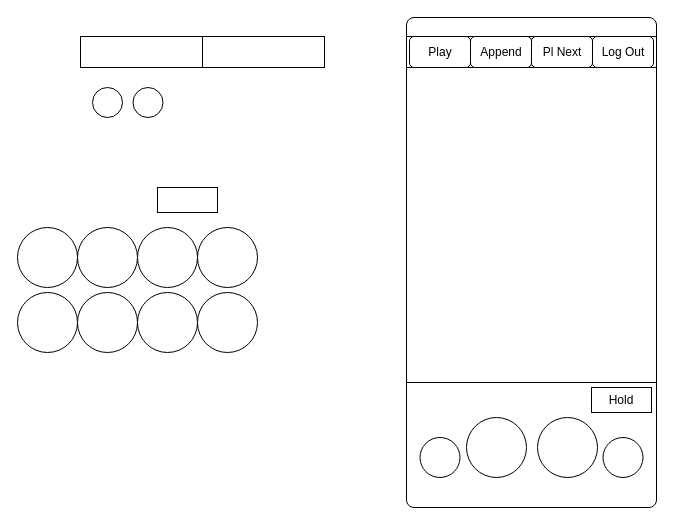
This is page "Media Scheduler" (3 of 5) of Music Flow.drawio from CorpDK/Drawing, a draw.io file, before an edit. Source tidied: cells renumbered, new cells numbered last; positions are measured from the earlier drawing's top-left corner, leaving out a move shared by most shapes. Both pictures are drawn from the tidied source at 100%, with x=0, y=0 at pixel (17, 17). Pictures stored in the file or linked from it are replaced by grey dashed boxes.
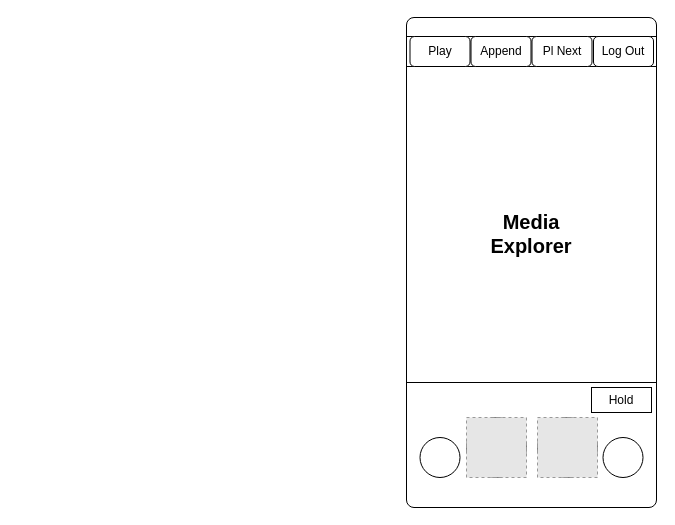
The same page after the edit.

The edit, as a diff of the source:
```diff
@@
     <mxCell id="4" style="rounded=0;whiteSpace=wrap;html=1;" parent="1" vertex="1">
-      <mxGeometry x="389" y="19" width="250" height="31" as="geometry" />
+      <mxGeometry x="389" y="19" width="250" height="30" as="geometry" />
     </mxCell>
-    <mxCell id="5" style="rounded=0;whiteSpace=wrap;html=1;" parent="1" vertex="1">
-      <mxGeometry x="63" y="19" width="122" height="31" as="geometry" />
-    </mxCell>
-    <mxCell id="6" style="rounded=0;whiteSpace=wrap;html=1;" parent="1" vertex="1">
-      <mxGeometry x="185" y="19" width="122" height="31" as="geometry" />
-    </mxCell>
@@
-    <mxCell id="8" style="whiteSpace=wrap;html=1;rounded=1;arcSize=50;" parent="1" vertex="1">
-      <mxGeometry y="210" width="60" height="60" as="geometry" />
-    </mxCell>
-    <mxCell id="9" style="whiteSpace=wrap;html=1;rounded=1;arcSize=50;" parent="1" vertex="1">
-      <mxGeometry x="60" y="210" width="60" height="60" as="geometry" />
-    </mxCell>
-    <mxCell id="10" style="whiteSpace=wrap;html=1;rounded=1;arcSize=50;" parent="1" vertex="1">
-      <mxGeometry x="120" y="210" width="60" height="60" as="geometry" />
-    </mxCell>
-    <mxCell id="11" style="whiteSpace=wrap;html=1;rounded=1;arcSize=50;" parent="1" vertex="1">
-      <mxGeometry x="180" y="210" width="60" height="60" as="geometry" />
-    </mxCell>
-    <mxCell id="12" style="whiteSpace=wrap;html=1;rounded=1;arcSize=50;" parent="1" vertex="1">
-      <mxGeometry y="275" width="60" height="60" as="geometry" />
-    </mxCell>
-    <mxCell id="13" style="whiteSpace=wrap;html=1;rounded=1;arcSize=50;" parent="1" vertex="1">
-      <mxGeometry x="60" y="275" width="60" height="60" as="geometry" />
-    </mxCell>
-    <mxCell id="14" style="whiteSpace=wrap;html=1;rounded=1;arcSize=50;" parent="1" vertex="1">
-      <mxGeometry x="120" y="275" width="60" height="60" as="geometry" />
-    </mxCell>
-    <mxCell id="15" style="whiteSpace=wrap;html=1;rounded=1;arcSize=50;" parent="1" vertex="1">
-      <mxGeometry x="180" y="275" width="60" height="60" as="geometry" />
-    </mxCell>
@@
-    <mxCell id="21" style="rounded=0;whiteSpace=wrap;html=1;" parent="1" vertex="1">
-      <mxGeometry x="140" y="170" width="60" height="25" as="geometry" />
-    </mxCell>
-    <mxCell id="22" style="rounded=1;whiteSpace=wrap;html=1;arcSize=50;" parent="1" vertex="1">
-      <mxGeometry x="115.5" y="70" width="30" height="30" as="geometry" />
-    </mxCell>
-    <mxCell id="23" style="rounded=1;whiteSpace=wrap;html=1;arcSize=50;" parent="1" vertex="1">
-      <mxGeometry x="75" y="70" width="30" height="30" as="geometry" />
-    </mxCell>
     <mxCell id="24" style="rounded=1;whiteSpace=wrap;html=1;" parent="1" vertex="1">
-      <mxGeometry x="514" y="19" width="61" height="31" as="geometry" />
+      <mxGeometry x="576" y="19" width="60" height="30" as="geometry" />
     </mxCell>
     <mxCell id="25" style="rounded=1;whiteSpace=wrap;html=1;" parent="1" vertex="1">
-      <mxGeometry x="575" y="19" width="61" height="31" as="geometry" />
+      <mxGeometry x="392.5" y="19" width="60" height="30" as="geometry" />
     </mxCell>
     <mxCell id="26" style="rounded=1;whiteSpace=wrap;html=1;" parent="1" vertex="1">
-      <mxGeometry x="453" y="19" width="61" height="31" as="geometry" />
+      <mxGeometry x="514.5" y="19" width="60" height="30" as="geometry" />
     </mxCell>
     <mxCell id="27" style="rounded=1;whiteSpace=wrap;html=1;" parent="1" vertex="1">
-      <mxGeometry x="392" y="19" width="61" height="31" as="geometry" />
+      <mxGeometry x="453.5" y="19" width="60" height="30" as="geometry" />
     </mxCell>
@@
     <mxCell id="29" value="Play" style="text;html=1;strokeColor=none;fillColor=none;align=center;verticalAlign=middle;whiteSpace=wrap;rounded=0;" parent="1" vertex="1">
-      <mxGeometry x="402.5" y="24.5" width="40" height="20" as="geometry" />
+      <mxGeometry x="402.5" y="24" width="40" height="20" as="geometry" />
     </mxCell>
     <mxCell id="30" value="Append" style="text;html=1;strokeColor=none;fillColor=none;align=center;verticalAlign=middle;whiteSpace=wrap;rounded=0;" parent="1" vertex="1">
-      <mxGeometry x="463.5" y="24.5" width="40" height="20" as="geometry" />
+      <mxGeometry x="463.5" y="24" width="40" height="20" as="geometry" />
     </mxCell>
     <mxCell id="31" value="Pl Next" style="text;html=1;strokeColor=none;fillColor=none;align=center;verticalAlign=middle;whiteSpace=wrap;rounded=0;" parent="1" vertex="1">
-      <mxGeometry x="521.8" y="24.5" width="45.5" height="20" as="geometry" />
+      <mxGeometry x="521.8" y="24" width="45.5" height="20" as="geometry" />
     </mxCell>
     <mxCell id="32" value="Log Out" style="text;html=1;strokeColor=none;fillColor=none;align=center;verticalAlign=middle;whiteSpace=wrap;rounded=0;" parent="1" vertex="1">
-      <mxGeometry x="580.5" y="24.5" width="50" height="20" as="geometry" />
+      <mxGeometry x="581" y="24" width="50" height="20" as="geometry" />
     </mxCell>
+    <mxCell id="33" style="fillColor=#E6E6E6;strokeColor=#999999;dashed=1;html=1;verticalAlign=top;verticalLabelPosition=bottom;labelBackgroundColor=#ffffff;" parent="1" vertex="1">
+      <mxGeometry x="449" y="400" width="60" height="60" as="geometry" />
+    </mxCell>
+    <mxCell id="34" style="fillColor=#E6E6E6;strokeColor=#999999;dashed=1;html=1;verticalAlign=top;verticalLabelPosition=bottom;labelBackgroundColor=#ffffff;" parent="1" vertex="1">
+      <mxGeometry x="520" y="400" width="60" height="60" as="geometry" />
+    </mxCell>
+    <mxCell id="35" value="Media Explorer" style="text;html=1;strokeColor=none;fillColor=none;align=center;verticalAlign=middle;whiteSpace=wrap;rounded=0;fontSize=20;fontStyle=1;" parent="1" vertex="1">
+      <mxGeometry x="464" y="186" width="100" height="60" as="geometry" />
+    </mxCell>
```
